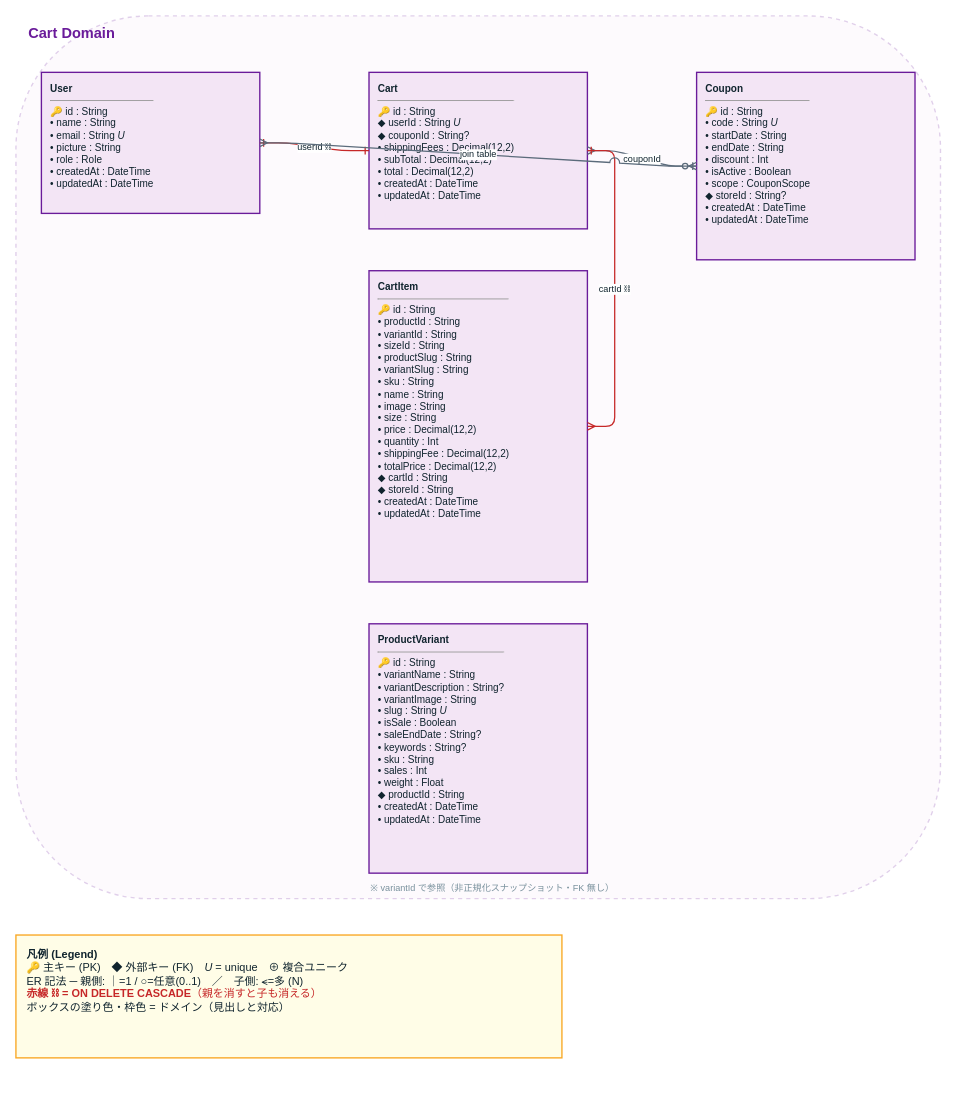
Earlier version of the draw.io diagram page "4. Cart" (4 of 10) of docs/architecture/data-model.drawio (myoshi2891/Multi-Vendor-E-Commerce). Source tidied: cells renumbered, new cells numbered last; positions are measured from the earlier drawing's top-left corner, leaving out a move shared by most shapes. Both pictures are drawn from the tidied source at 91%, with x=0, y=0 at pixel (15, 15).
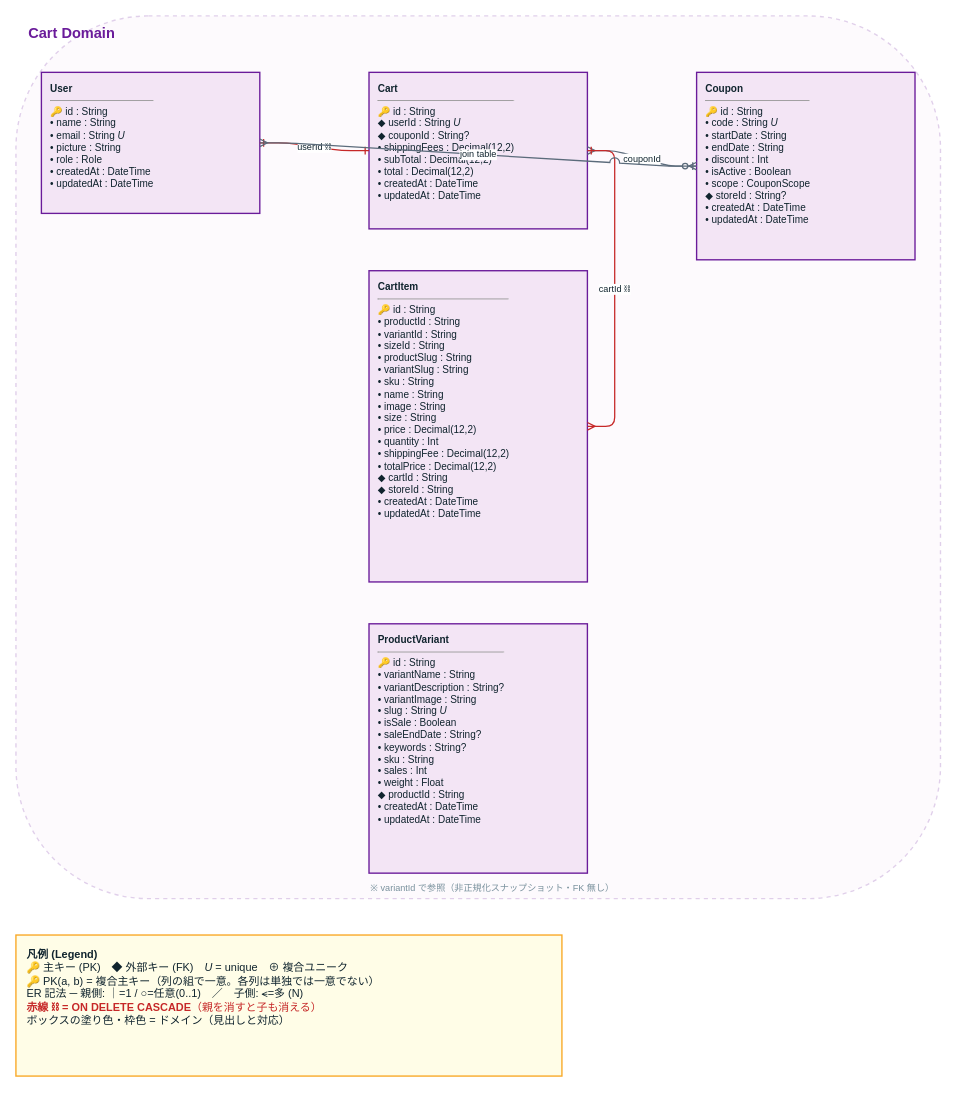
The same diagram, later.

Change to the diagram source:
```diff
@@
 <mxGraphModel>
   <root>
     <mxCell id="0" />
     <mxCell id="1" parent="0" />
     <mxCell id="2" style="rounded=1;fillColor=#F3E5F5;opacity=20;strokeColor=#6A1B9A;dashed=1;strokeWidth=1.5;verticalAlign=top;" parent="1" vertex="1">
       <mxGeometry width="1016" height="970" as="geometry" />
     </mxCell>
     <mxCell id="3" value="Cart Domain" style="text;html=1;fontSize=16;fontStyle=1;fontColor=#6A1B9A;align=left;verticalAlign=middle;" parent="1" vertex="1">
       <mxGeometry x="12" y="6" width="992" height="26" as="geometry" />
     </mxCell>
     <mxCell id="4" value="&lt;b&gt;User&lt;/b&gt;&lt;hr size=&quot;1&quot;/&gt;🔑 id : String&lt;br/&gt;• name : String&lt;br/&gt;• email : String &lt;i&gt;U&lt;/i&gt;&lt;br/&gt;• picture : String&lt;br/&gt;• role : Role&lt;br/&gt;• createdAt : DateTime&lt;br/&gt;• updatedAt : DateTime" style="rounded=2;whiteSpace=wrap;html=1;align=left;verticalAlign=top;spacingLeft=8;spacingTop=5;spacingRight=6;fillColor=#F3E5F5;strokeColor=#6A1B9A;strokeWidth=1.5;fontSize=11;fontColor=#10242E;" parent="1" vertex="1">
       <mxGeometry x="28" y="62" width="240" height="155" as="geometry" />
     </mxCell>
     <mxCell id="5" value="&lt;b&gt;Cart&lt;/b&gt;&lt;hr size=&quot;1&quot;/&gt;🔑 id : String&lt;br/&gt;◆ userId : String &lt;i&gt;U&lt;/i&gt;&lt;br/&gt;◆ couponId : String?&lt;br/&gt;• shippingFees : Decimal(12,2)&lt;br/&gt;• subTotal : Decimal(12,2)&lt;br/&gt;• total : Decimal(12,2)&lt;br/&gt;• createdAt : DateTime&lt;br/&gt;• updatedAt : DateTime" style="rounded=2;whiteSpace=wrap;html=1;align=left;verticalAlign=top;spacingLeft=8;spacingTop=5;spacingRight=6;fillColor=#F3E5F5;strokeColor=#6A1B9A;strokeWidth=1.5;fontSize=11;fontColor=#10242E;" parent="1" vertex="1">
       <mxGeometry x="388" y="62" width="240" height="172" as="geometry" />
     </mxCell>
     <mxCell id="6" value="&lt;b&gt;CartItem&lt;/b&gt;&lt;hr size=&quot;1&quot;/&gt;🔑 id : String&lt;br/&gt;• productId : String&lt;br/&gt;• variantId : String&lt;br/&gt;• sizeId : String&lt;br/&gt;• productSlug : String&lt;br/&gt;• variantSlug : String&lt;br/&gt;• sku : String&lt;br/&gt;• name : String&lt;br/&gt;• image : String&lt;br/&gt;• size : String&lt;br/&gt;• price : Decimal(12,2)&lt;br/&gt;• quantity : Int&lt;br/&gt;• shippingFee : Decimal(12,2)&lt;br/&gt;• totalPrice : Decimal(12,2)&lt;br/&gt;◆ cartId : String&lt;br/&gt;◆ storeId : String&lt;br/&gt;• createdAt : DateTime&lt;br/&gt;• updatedAt : DateTime" style="rounded=2;whiteSpace=wrap;html=1;align=left;verticalAlign=top;spacingLeft=8;spacingTop=5;spacingRight=6;fillColor=#F3E5F5;strokeColor=#6A1B9A;strokeWidth=1.5;fontSize=11;fontColor=#10242E;" parent="1" vertex="1">
       <mxGeometry x="388" y="280" width="240" height="342" as="geometry" />
     </mxCell>
     <mxCell id="7" value="&lt;b&gt;Coupon&lt;/b&gt;&lt;hr size=&quot;1&quot;/&gt;🔑 id : String&lt;br/&gt;• code : String &lt;i&gt;U&lt;/i&gt;&lt;br/&gt;• startDate : String&lt;br/&gt;• endDate : String&lt;br/&gt;• discount : Int&lt;br/&gt;• isActive : Boolean&lt;br/&gt;• scope : CouponScope&lt;br/&gt;◆ storeId : String?&lt;br/&gt;• createdAt : DateTime&lt;br/&gt;• updatedAt : DateTime" style="rounded=2;whiteSpace=wrap;html=1;align=left;verticalAlign=top;spacingLeft=8;spacingTop=5;spacingRight=6;fillColor=#F3E5F5;strokeColor=#6A1B9A;strokeWidth=1.5;fontSize=11;fontColor=#10242E;" parent="1" vertex="1">
       <mxGeometry x="748" y="62" width="240" height="206" as="geometry" />
     </mxCell>
     <mxCell id="8" value="&lt;b&gt;ProductVariant&lt;/b&gt;&lt;hr size=&quot;1&quot;/&gt;🔑 id : String&lt;br/&gt;• variantName : String&lt;br/&gt;• variantDescription : String?&lt;br/&gt;• variantImage : String&lt;br/&gt;• slug : String &lt;i&gt;U&lt;/i&gt;&lt;br/&gt;• isSale : Boolean&lt;br/&gt;• saleEndDate : String?&lt;br/&gt;• keywords : String?&lt;br/&gt;• sku : String&lt;br/&gt;• sales : Int&lt;br/&gt;• weight : Float&lt;br/&gt;◆ productId : String&lt;br/&gt;• createdAt : DateTime&lt;br/&gt;• updatedAt : DateTime" style="rounded=2;whiteSpace=wrap;html=1;align=left;verticalAlign=top;spacingLeft=8;spacingTop=5;spacingRight=6;fillColor=#F3E5F5;strokeColor=#6A1B9A;strokeWidth=1.5;fontSize=11;fontColor=#10242E;" parent="1" vertex="1">
       <mxGeometry x="388" y="668" width="240" height="274" as="geometry" />
     </mxCell>
     <mxCell id="9" value="※ variantId で参照（非正規化スナップショット・FK 無し）" style="text;html=1;fontSize=10;fontColor=#78909C;align=left;" parent="1" vertex="1">
       <mxGeometry x="388" y="946" width="320" height="18" as="geometry" />
     </mxCell>
     <mxCell id="10" value="userId ⛓" style="edgeStyle=entityRelationEdgeStyle;rounded=1;html=1;fontSize=10;fontColor=#10242E;labelBackgroundColor=#FFFFFF;jumpStyle=arc;jumpSize=10;startArrow=ERone;startFill=0;endArrow=ERone;endFill=0;strokeColor=#C62828;strokeWidth=1.4;" parent="1" edge="1" source="4" target="5">
       <mxGeometry relative="1" as="geometry" />
     </mxCell>
     <mxCell id="11" value="couponId" style="edgeStyle=entityRelationEdgeStyle;rounded=1;html=1;fontSize=10;fontColor=#10242E;labelBackgroundColor=#FFFFFF;jumpStyle=arc;jumpSize=10;startArrow=ERzeroToOne;startFill=0;endArrow=ERmany;endFill=0;strokeColor=#5B6B7B;strokeWidth=1.4;" parent="1" edge="1" source="7" target="5">
       <mxGeometry relative="1" as="geometry" />
     </mxCell>
     <mxCell id="12" value="cartId ⛓" style="edgeStyle=entityRelationEdgeStyle;rounded=1;html=1;fontSize=10;fontColor=#10242E;labelBackgroundColor=#FFFFFF;jumpStyle=arc;jumpSize=10;startArrow=ERone;startFill=0;endArrow=ERmany;endFill=0;strokeColor=#C62828;strokeWidth=1.4;" parent="1" edge="1" source="5" target="6">
       <mxGeometry relative="1" as="geometry" />
     </mxCell>
     <mxCell id="13" value="join table" style="edgeStyle=entityRelationEdgeStyle;rounded=1;html=1;fontSize=10;fontColor=#10242E;labelBackgroundColor=#FFFFFF;jumpStyle=arc;jumpSize=10;startArrow=ERmany;startFill=0;endArrow=ERmany;endFill=0;strokeColor=#5B6B7B;strokeWidth=1.4;" parent="1" edge="1" source="4" target="7">
       <mxGeometry relative="1" as="geometry" />
     </mxCell>
-    <mxCell id="14" value="&lt;b&gt;凡例 (Legend)&lt;/b&gt;&lt;br/&gt;🔑 主キー (PK)　◆ 外部キー (FK)　&lt;i&gt;U&lt;/i&gt; = unique　⊕ 複合ユニーク&lt;br/&gt;ER 記法 ─ 親側: ｜=1 / ○=任意(0..1)　／　子側: ⪪=多 (N)&lt;br/&gt;&lt;font color='#C62828'&gt;&lt;b&gt;赤線 ⛓ = ON DELETE CASCADE&lt;/b&gt;（親を消すと子も消える）&lt;/font&gt;&lt;br/&gt;ボックスの塗り色・枠色 = ドメイン（見出しと対応）" style="rounded=2;whiteSpace=wrap;html=1;align=left;verticalAlign=top;spacingLeft=10;spacingTop=8;fillColor=#FFFDE7;strokeColor=#F9A825;strokeWidth=1.5;fontSize=12;fontColor=#10242E;" parent="1" vertex="1">
-      <mxGeometry y="1010" width="600" height="135" as="geometry" />
+    <mxCell id="14" value="&lt;b&gt;凡例 (Legend)&lt;/b&gt;&lt;br/&gt;🔑 主キー (PK)　◆ 外部キー (FK)　&lt;i&gt;U&lt;/i&gt; = unique　⊕ 複合ユニーク&lt;br/&gt;🔑 PK(a, b) = 複合主キー（列の組で一意。各列は単独では一意でない）&lt;br/&gt;ER 記法 ─ 親側: ｜=1 / ○=任意(0..1)　／　子側: ⪪=多 (N)&lt;br/&gt;&lt;font color='#C62828'&gt;&lt;b&gt;赤線 ⛓ = ON DELETE CASCADE&lt;/b&gt;（親を消すと子も消える）&lt;/font&gt;&lt;br/&gt;ボックスの塗り色・枠色 = ドメイン（見出しと対応）" style="rounded=2;whiteSpace=wrap;html=1;align=left;verticalAlign=top;spacingLeft=10;spacingTop=8;fillColor=#FFFDE7;strokeColor=#F9A825;strokeWidth=1.5;fontSize=12;fontColor=#10242E;" parent="1" vertex="1">
+      <mxGeometry y="1010" width="600" height="155" as="geometry" />
     </mxCell>
   </root>
 </mxGraphModel>
```
